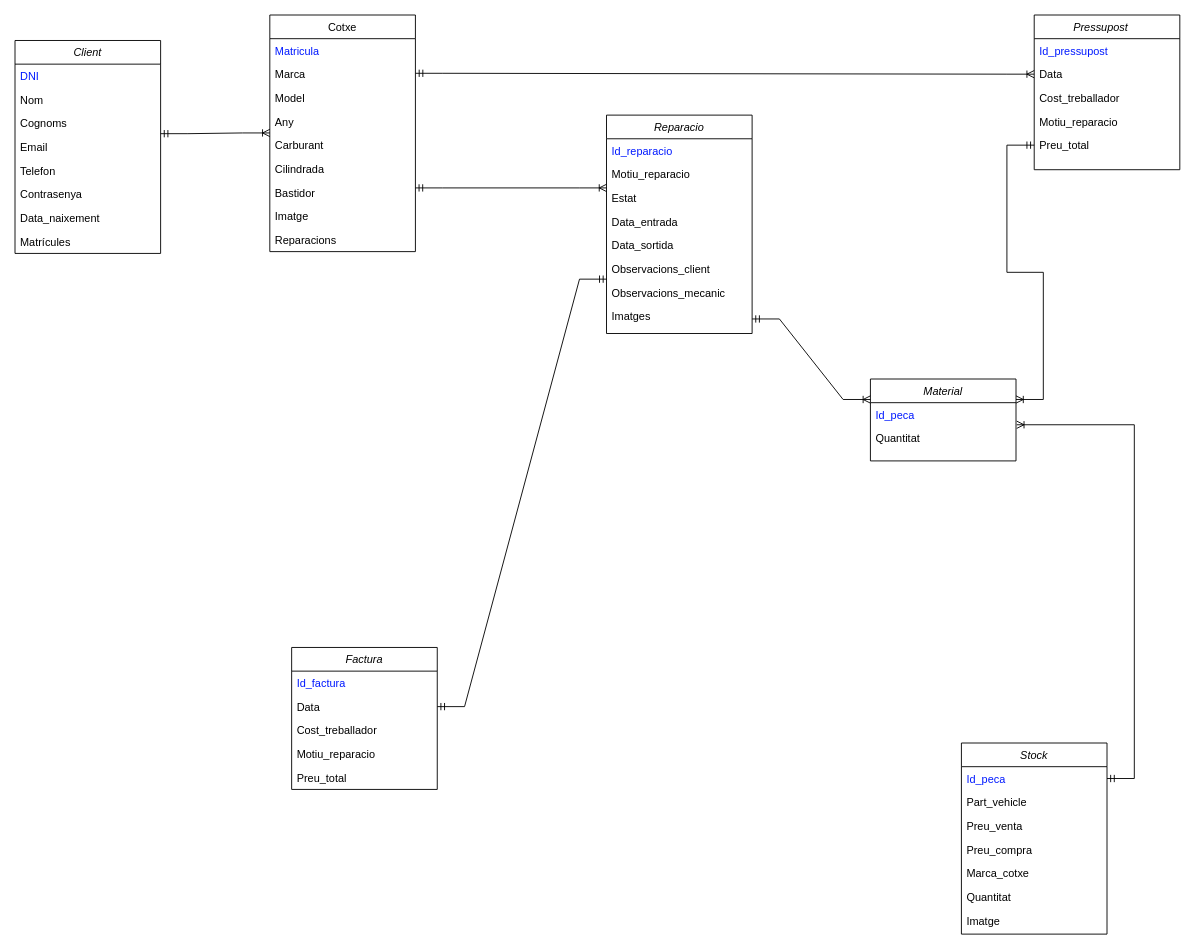
The draw.io diagram Diagramas/DiagramaProjectoP1.drawio in ivaandeelgado/ProjecteFinal, before the edit. Source tidied: cells renumbered, new cells numbered last; positions are measured from the earlier drawing's top-left corner, leaving out a move shared by most shapes. Both pictures are drawn from the tidied source at 91%, with x=0, y=0 at pixel (15, 15).
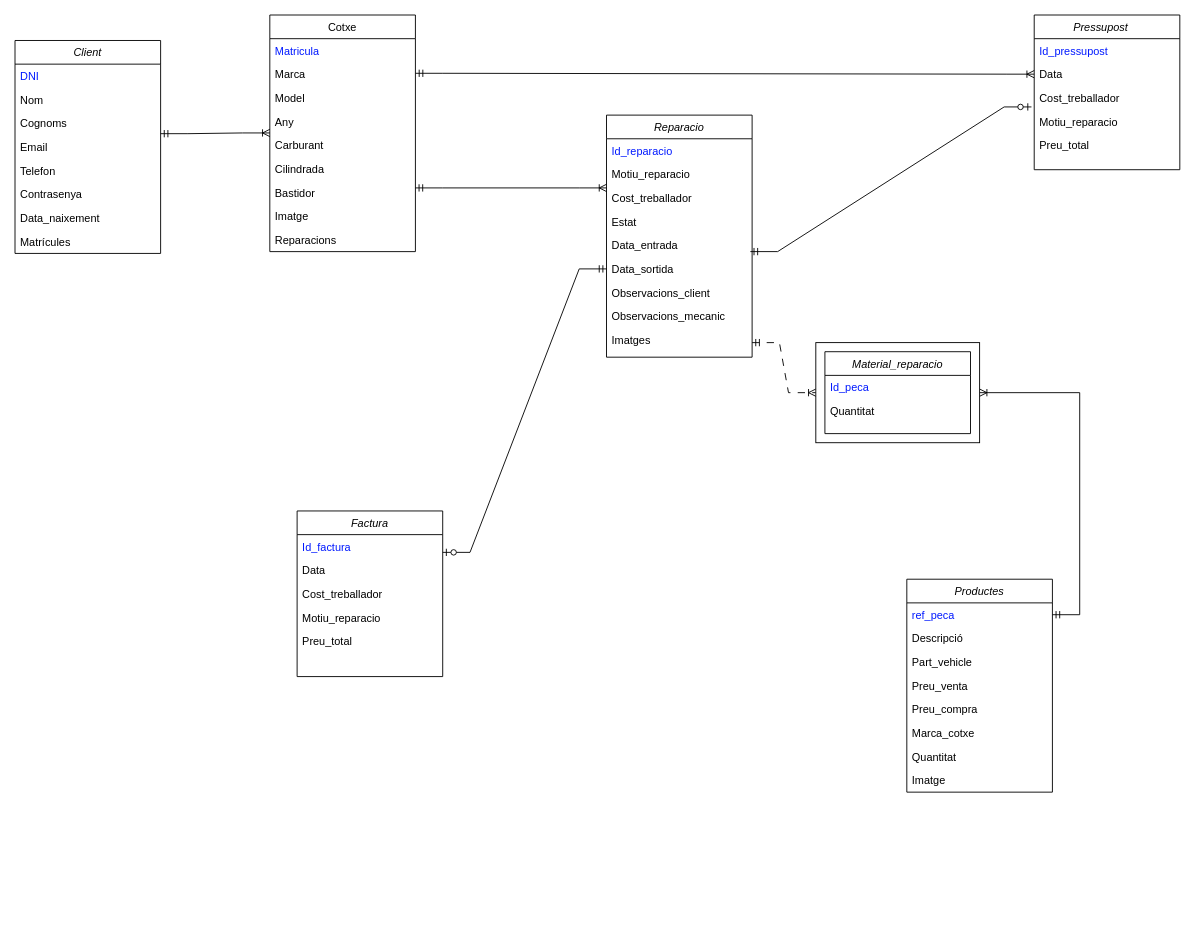
Above is the later version.

The change refers to these unchanged cells:
```xml
<mxCell id="33" value="Cost_treballador" style="text;align=left;verticalAlign=top;spacingLeft=4;spacingRight=4;overflow=hidden;points=[[0,0.5],[1,0.5]];portConstraint=eastwest;rounded=0;shadow=0;html=0;" parent="30" vertex="1">
  <mxGeometry y="78" width="160" height="26" as="geometry" />
</mxCell>
<mxCell id="35" value="Preu_total" style="text;align=left;verticalAlign=top;spacingLeft=4;spacingRight=4;overflow=hidden;points=[[0,0.5],[1,0.5]];portConstraint=eastwest;rounded=0;shadow=0;html=0;" parent="30" vertex="1">
  <mxGeometry y="130" width="160" height="26" as="geometry" />
</mxCell>
<mxCell id="41" value="Data" style="text;align=left;verticalAlign=top;spacingLeft=4;spacingRight=4;overflow=hidden;points=[[0,0.5],[1,0.5]];portConstraint=eastwest;rounded=0;shadow=0;html=0;" parent="39" vertex="1">
  <mxGeometry y="52" width="160" height="26" as="geometry" />
</mxCell>
```

The edit, as a diff of the source:
```diff
@@
     <mxCell id="21" value="Reparacio" style="swimlane;fontStyle=2;align=center;verticalAlign=top;horizontal=1;startSize=26;rounded=0;shadow=0;strokeWidth=1;" parent="1" vertex="1">
-      <mxGeometry x="650" y="110" width="160" height="240" as="geometry" />
+      <mxGeometry x="650" y="110" width="160" height="266" as="geometry" />
     </mxCell>
@@
+    <mxCell id="60" value="Cost_treballador" style="text;align=left;verticalAlign=top;spacingLeft=4;spacingRight=4;overflow=hidden;rounded=0;shadow=0;html=0;" parent="21" vertex="1">
+      <mxGeometry y="78" width="160" height="26" as="geometry" />
+    </mxCell>
     <mxCell id="24" value="Estat" style="text;align=left;verticalAlign=top;spacingLeft=4;spacingRight=4;overflow=hidden;rounded=0;shadow=0;html=0;" parent="21" vertex="1">
-      <mxGeometry y="78" width="160" height="26" as="geometry" />
+      <mxGeometry y="104" width="160" height="26" as="geometry" />
     </mxCell>
     <mxCell id="25" value="Data_entrada" style="text;align=left;verticalAlign=top;spacingLeft=4;spacingRight=4;overflow=hidden;points=[[0,0.5],[1,0.5]];portConstraint=eastwest;rounded=0;shadow=0;html=0;" parent="21" vertex="1">
-      <mxGeometry y="104" width="160" height="26" as="geometry" />
+      <mxGeometry y="130" width="160" height="26" as="geometry" />
     </mxCell>
     <mxCell id="26" value="Data_sortida" style="text;align=left;verticalAlign=top;spacingLeft=4;spacingRight=4;overflow=hidden;points=[[0,0.5],[1,0.5]];portConstraint=eastwest;rounded=0;shadow=0;html=0;" parent="21" vertex="1">
-      <mxGeometry y="130" width="160" height="26" as="geometry" />
+      <mxGeometry y="156" width="160" height="26" as="geometry" />
     </mxCell>
     <mxCell id="27" value="Observacions_client" style="text;align=left;verticalAlign=top;spacingLeft=4;spacingRight=4;overflow=hidden;points=[[0,0.5],[1,0.5]];portConstraint=eastwest;rounded=0;shadow=0;html=0;" parent="21" vertex="1">
-      <mxGeometry y="156" width="160" height="26" as="geometry" />
+      <mxGeometry y="182" width="160" height="26" as="geometry" />
     </mxCell>
     <mxCell id="28" value="Observacions_mecanic" style="text;align=left;verticalAlign=top;spacingLeft=4;spacingRight=4;overflow=hidden;rounded=0;shadow=0;html=0;" parent="21" vertex="1">
-      <mxGeometry y="182" width="160" height="26" as="geometry" />
+      <mxGeometry y="208" width="160" height="26" as="geometry" />
     </mxCell>
     <mxCell id="29" value="Imatges" style="text;align=left;verticalAlign=top;spacingLeft=4;spacingRight=4;overflow=hidden;points=[[0,0.5],[1,0.5]];portConstraint=eastwest;rounded=0;shadow=0;html=0;" parent="21" vertex="1">
-      <mxGeometry y="208" width="160" height="32" as="geometry" />
+      <mxGeometry y="234" width="160" height="32" as="geometry" />
     </mxCell>
@@
-    <mxCell id="36" value="Material" style="swimlane;fontStyle=2;align=center;verticalAlign=top;horizontal=1;startSize=26;rounded=0;shadow=0;strokeWidth=1;" parent="1" vertex="1">
-      <mxGeometry x="940" y="400" width="160" height="90" as="geometry" />
-    </mxCell>
-    <mxCell id="37" value="Id_peca        " style="text;align=left;verticalAlign=top;spacingLeft=4;spacingRight=4;overflow=hidden;points=[[0,0.5],[1,0.5]];portConstraint=eastwest;rounded=0;shadow=0;html=0;fontColor=#0019FF;" parent="36" vertex="1">
-      <mxGeometry y="26" width="160" height="26" as="geometry" />
-    </mxCell>
-    <mxCell id="38" value="Quantitat" style="text;align=left;verticalAlign=top;spacingLeft=4;spacingRight=4;overflow=hidden;rounded=0;shadow=0;html=0;" parent="36" vertex="1">
-      <mxGeometry y="52" width="160" height="26" as="geometry" />
-    </mxCell>
     <mxCell id="39" value="Factura" style="swimlane;fontStyle=2;align=center;verticalAlign=top;horizontal=1;startSize=26;rounded=0;shadow=0;strokeWidth=1;" parent="1" vertex="1">
-      <mxGeometry x="304" y="695" width="160" height="156" as="geometry" />
+      <mxGeometry x="310" y="545" width="160" height="182" as="geometry" />
     </mxCell>
@@
-    <mxCell id="45" value="Stock" style="swimlane;fontStyle=2;align=center;verticalAlign=top;horizontal=1;startSize=26;rounded=0;shadow=0;strokeWidth=1;" parent="1" vertex="1">
-      <mxGeometry x="1040" y="800" width="160" height="210" as="geometry" />
+    <mxCell id="45" value="Productes" style="swimlane;fontStyle=2;align=center;verticalAlign=top;horizontal=1;startSize=26;rounded=0;shadow=0;strokeWidth=1;" parent="1" vertex="1">
+      <mxGeometry x="980" y="620" width="160" height="234" as="geometry" />
     </mxCell>
-    <mxCell id="46" value="Id_peca        " style="text;align=left;verticalAlign=top;spacingLeft=4;spacingRight=4;overflow=hidden;points=[[0,0.5],[1,0.5]];portConstraint=eastwest;rounded=0;shadow=0;html=0;fontColor=#0019FF;" parent="45" vertex="1">
+    <mxCell id="46" value="ref_peca" style="text;align=left;verticalAlign=top;spacingLeft=4;spacingRight=4;overflow=hidden;points=[[0,0.5],[1,0.5]];portConstraint=eastwest;rounded=0;shadow=0;html=0;fontColor=#0019FF;" parent="45" vertex="1">
       <mxGeometry y="26" width="160" height="26" as="geometry" />
     </mxCell>
+    <mxCell id="61" value="Descripció" style="text;align=left;verticalAlign=top;spacingLeft=4;spacingRight=4;overflow=hidden;rounded=0;shadow=0;html=0;" parent="45" vertex="1">
+      <mxGeometry y="52" width="160" height="26" as="geometry" />
+    </mxCell>
     <mxCell id="47" value="Part_vehicle" style="text;align=left;verticalAlign=top;spacingLeft=4;spacingRight=4;overflow=hidden;rounded=0;shadow=0;html=0;" parent="45" vertex="1">
-      <mxGeometry y="52" width="160" height="26" as="geometry" />
+      <mxGeometry y="78" width="160" height="26" as="geometry" />
     </mxCell>
     <mxCell id="48" value="Preu_venta" style="text;align=left;verticalAlign=top;spacingLeft=4;spacingRight=4;overflow=hidden;rounded=0;shadow=0;html=0;" parent="45" vertex="1">
-      <mxGeometry y="78" width="160" height="26" as="geometry" />
+      <mxGeometry y="104" width="160" height="26" as="geometry" />
     </mxCell>
     <mxCell id="49" value="Preu_compra" style="text;align=left;verticalAlign=top;spacingLeft=4;spacingRight=4;overflow=hidden;rounded=0;shadow=0;html=0;" parent="45" vertex="1">
-      <mxGeometry y="104" width="160" height="26" as="geometry" />
+      <mxGeometry y="130" width="160" height="26" as="geometry" />
     </mxCell>
     <mxCell id="50" value="Marca_cotxe" style="text;align=left;verticalAlign=top;spacingLeft=4;spacingRight=4;overflow=hidden;rounded=0;shadow=0;html=0;" parent="45" vertex="1">
-      <mxGeometry y="130" width="160" height="26" as="geometry" />
+      <mxGeometry y="156" width="160" height="26" as="geometry" />
     </mxCell>
     <mxCell id="51" value="Quantitat" style="text;align=left;verticalAlign=top;spacingLeft=4;spacingRight=4;overflow=hidden;rounded=0;shadow=0;html=0;" parent="45" vertex="1">
-      <mxGeometry y="156" width="160" height="26" as="geometry" />
+      <mxGeometry y="182" width="160" height="26" as="geometry" />
     </mxCell>
     <mxCell id="52" value="Imatge" style="text;align=left;verticalAlign=top;spacingLeft=4;spacingRight=4;overflow=hidden;rounded=0;shadow=0;html=0;" parent="45" vertex="1">
-      <mxGeometry y="182" width="160" height="26" as="geometry" />
+      <mxGeometry y="208" width="160" height="26" as="geometry" />
     </mxCell>
@@
-    <mxCell id="56" style="edgeStyle=entityRelationEdgeStyle;fontSize=12;html=1;endArrow=ERoneToMany;startArrow=ERmandOne;rounded=0;entryX=1;entryY=0.25;entryDx=0;entryDy=0;exitX=0;exitY=0.5;exitDx=0;exitDy=0;" parent="1" edge="1" source="35" target="36">
-      <mxGeometry relative="1" as="geometry" />
-    </mxCell>
-    <mxCell id="57" style="edgeStyle=entityRelationEdgeStyle;fontSize=12;html=1;endArrow=ERoneToMany;startArrow=ERmandOne;rounded=0;entryX=1.005;entryY=0.933;entryDx=0;entryDy=0;entryPerimeter=0;" parent="1" edge="1" source="46" target="37">
+    <mxCell id="57" style="edgeStyle=entityRelationEdgeStyle;fontSize=12;html=1;endArrow=ERoneToMany;startArrow=ERmandOne;rounded=0;entryX=1;entryY=0.5;entryDx=0;entryDy=0;" parent="1" edge="1" source="46" target="65">
       <mxGeometry relative="1" as="geometry">
         <Array as="points">
           <mxPoint x="1140" y="570" />
           <mxPoint x="1110" y="560" />
           <mxPoint x="1140" y="490" />
         </Array>
       </mxGeometry>
     </mxCell>
-    <mxCell id="58" style="edgeStyle=entityRelationEdgeStyle;fontSize=12;html=1;endArrow=ERoneToMany;startArrow=ERmandOne;rounded=0;exitX=1;exitY=0.5;exitDx=0;exitDy=0;entryX=0;entryY=0.25;entryDx=0;entryDy=0;" parent="1" edge="1" source="29" target="36">
+    <mxCell id="58" style="edgeStyle=entityRelationEdgeStyle;fontSize=12;html=1;endArrow=ERoneToMany;startArrow=ERmandOne;rounded=0;exitX=1;exitY=0.5;exitDx=0;exitDy=0;dashed=1;dashPattern=8 8;entryX=0;entryY=0.5;entryDx=0;entryDy=0;" parent="1" edge="1" source="29" target="65">
       <mxGeometry relative="1" as="geometry" />
     </mxCell>
-    <mxCell id="59" style="edgeStyle=entityRelationEdgeStyle;fontSize=12;html=1;endArrow=ERmandOne;startArrow=ERmandOne;rounded=0;entryX=0.002;entryY=0.933;entryDx=0;entryDy=0;entryPerimeter=0;exitX=1;exitY=0.5;exitDx=0;exitDy=0;" parent="1" edge="1" source="41" target="27">
-      <mxGeometry relative="1" as="geometry" />
-    </mxCell>
+    <mxCell id="62" style="edgeStyle=entityRelationEdgeStyle;fontSize=12;html=1;endArrow=ERzeroToOne;startArrow=ERmandOne;rounded=0;entryX=-0.019;entryY=0.885;entryDx=0;entryDy=0;entryPerimeter=0;exitX=0.988;exitY=0.769;exitDx=0;exitDy=0;exitPerimeter=0;" parent="1" edge="1" source="25" target="33">
+      <mxGeometry relative="1" as="geometry" />
+    </mxCell>
+    <mxCell id="63" style="edgeStyle=entityRelationEdgeStyle;fontSize=12;html=1;endArrow=ERzeroToOne;startArrow=ERmandOne;rounded=0;exitX=0;exitY=0.5;exitDx=0;exitDy=0;entryX=1;entryY=0.25;entryDx=0;entryDy=0;" parent="1" edge="1" source="26" target="39">
+      <mxGeometry relative="1" as="geometry" />
+    </mxCell>
+    <mxCell id="64" style="group;" parent="1" vertex="1">
+      <mxGeometry x="880" y="360" width="180" height="110" as="geometry" />
+    </mxCell>
+    <mxCell id="65" style="rounded=0;whiteSpace=wrap;html=1;" parent="64" vertex="1">
+      <mxGeometry width="180" height="110" as="geometry" />
+    </mxCell>
+    <mxCell id="66" value="Material_reparacio" style="swimlane;fontStyle=2;align=center;verticalAlign=top;horizontal=1;startSize=26;rounded=0;shadow=0;strokeWidth=1;perimeterSpacing=0;strokeColor=default;" parent="64" vertex="1">
+      <mxGeometry x="10" y="10" width="160" height="90" as="geometry" />
+    </mxCell>
+    <mxCell id="37" value="Id_peca        " style="text;align=left;verticalAlign=top;spacingLeft=4;spacingRight=4;overflow=hidden;points=[[0,0.5],[1,0.5]];portConstraint=eastwest;rounded=0;shadow=0;html=0;fontColor=#0019FF;" parent="66" vertex="1">
+      <mxGeometry y="26" width="160" height="26" as="geometry" />
+    </mxCell>
+    <mxCell id="38" value="Quantitat" style="text;align=left;verticalAlign=top;spacingLeft=4;spacingRight=4;overflow=hidden;rounded=0;shadow=0;html=0;" parent="66" vertex="1">
+      <mxGeometry y="52" width="160" height="26" as="geometry" />
+    </mxCell>
```
